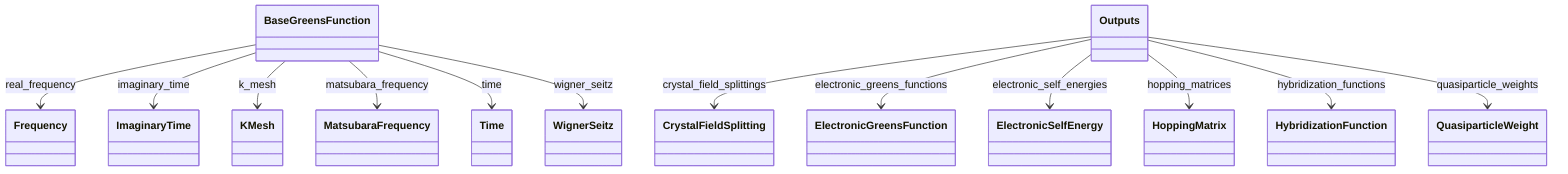
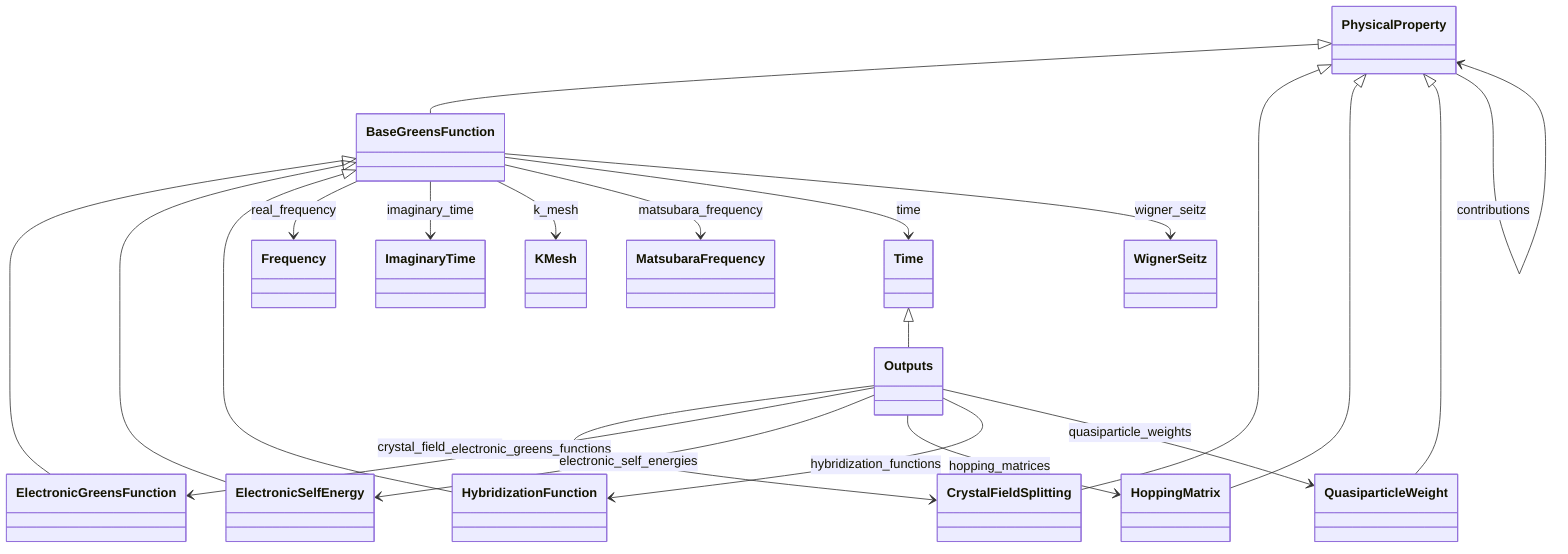
classDiagram
    class BaseGreensFunction
    class CrystalFieldSplitting
    class ElectronicGreensFunction
    class ElectronicSelfEnergy
    class Frequency
    class HoppingMatrix
    class HybridizationFunction
    class ImaginaryTime
    class KMesh
    class MatsubaraFrequency
    class Outputs
+     class PhysicalProperty
    class QuasiparticleWeight
    class Time
    class WignerSeitz
+     PhysicalProperty <|-- BaseGreensFunction
+     PhysicalProperty <|-- CrystalFieldSplitting
+     BaseGreensFunction <|-- ElectronicGreensFunction
+     BaseGreensFunction <|-- ElectronicSelfEnergy
+     PhysicalProperty <|-- HoppingMatrix
+     BaseGreensFunction <|-- HybridizationFunction
+     Time <|-- Outputs
+     PhysicalProperty <|-- QuasiparticleWeight
    BaseGreensFunction --> Frequency : real_frequency
    BaseGreensFunction --> ImaginaryTime : imaginary_time
    BaseGreensFunction --> KMesh : k_mesh
    BaseGreensFunction --> MatsubaraFrequency : matsubara_frequency
    BaseGreensFunction --> Time : time
    BaseGreensFunction --> WignerSeitz : wigner_seitz
    Outputs --> CrystalFieldSplitting : crystal_field_splittings
    Outputs --> ElectronicGreensFunction : electronic_greens_functions
    Outputs --> ElectronicSelfEnergy : electronic_self_energies
    Outputs --> HoppingMatrix : hopping_matrices
    Outputs --> HybridizationFunction : hybridization_functions
    Outputs --> QuasiparticleWeight : quasiparticle_weights
+     PhysicalProperty --> PhysicalProperty : contributions
